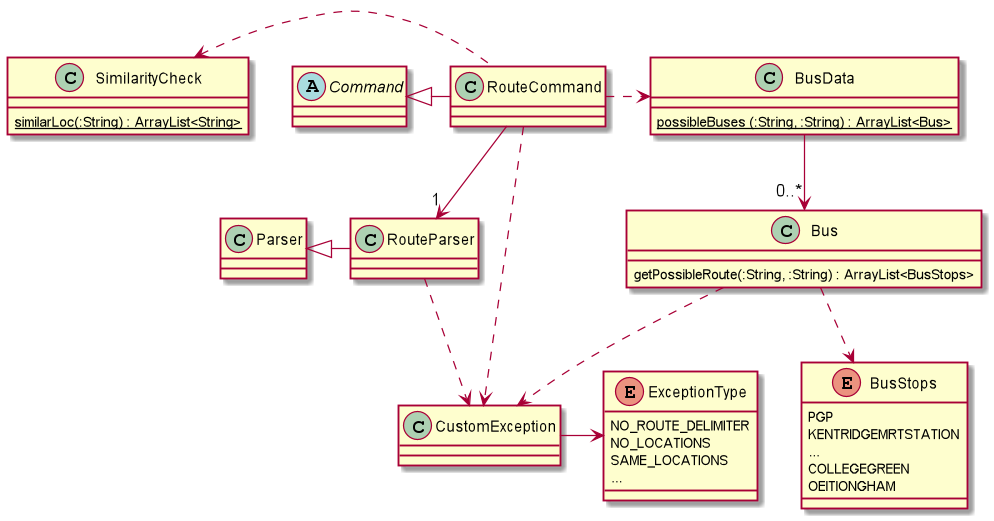
nus-cs2113-AY2021S1/tp keeps this PlantUML diagram as docs/DG_Diagrams/RouteCommandClass.png. Above is the earlier version. Its diagram source:
```plantuml
@startuml

abstract class Command
Class RouteCommand
Class RouteParser
Class Parser
Class BusData {
{static} possibleBuses (:String, :String) : ArrayList<Bus>
}
Class Bus {
getPossibleRoute(:String, :String) : ArrayList<BusStops>
}
Class SimilarityCheck {
{static} similarLoc(:String) : ArrayList<String>
}

enum BusStops {
PGP
KENTRIDGEMRTSTATION
...
COLLEGEGREEN
OEITIONGHAM
}

enum ExceptionType {
NO_ROUTE_DELIMITER
NO_LOCATIONS
SAME_LOCATIONS
...
}

Command <|- RouteCommand
Parser <|- RouteParser
RouteParser "1"<--down RouteCommand
RouteCommand .> BusData
BusData --> "0..*" Bus
Bus ..> BusStops
RouteCommand ..> CustomException
RouteParser ..> CustomException
Bus ..> CustomException
CustomException -> ExceptionType
RouteCommand .left> SimilarityCheck

@enduml
```
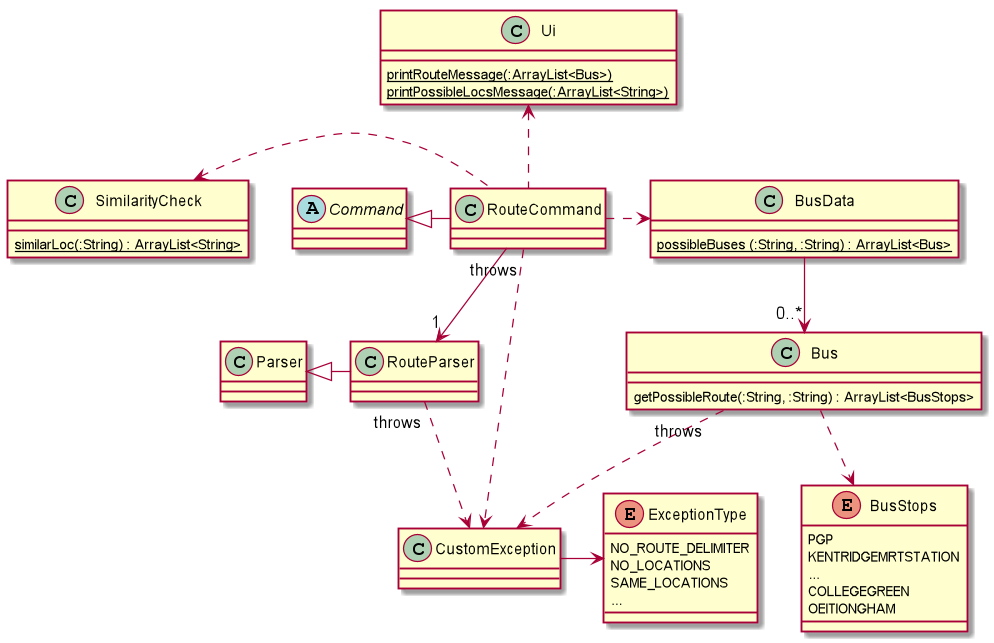
The same diagram one commit later.

Commit message:
Update route class diagram

The edit, as a diff of the source:
```diff
@@ -12,6 +12,11 @@
 }
 Class SimilarityCheck {
 {static} similarLoc(:String) : ArrayList<String>
+}
+
+Class Ui {
+{static} printRouteMessage(:ArrayList<Bus>)
+{static} printPossibleLocsMessage(:ArrayList<String>)
 }
 
 enum BusStops {
@@ -35,10 +40,12 @@
 RouteCommand .> BusData
 BusData --> "0..*" Bus
 Bus ..> BusStops
-RouteCommand ..> CustomException
-RouteParser ..> CustomException
-Bus ..> CustomException
+RouteCommand "throws"..> CustomException
+RouteParser "throws"..> CustomException
+Bus "throws"..> CustomException
 CustomException -> ExceptionType
 RouteCommand .left> SimilarityCheck
 
+RouteCommand ..up> Ui
+
 @enduml
```
